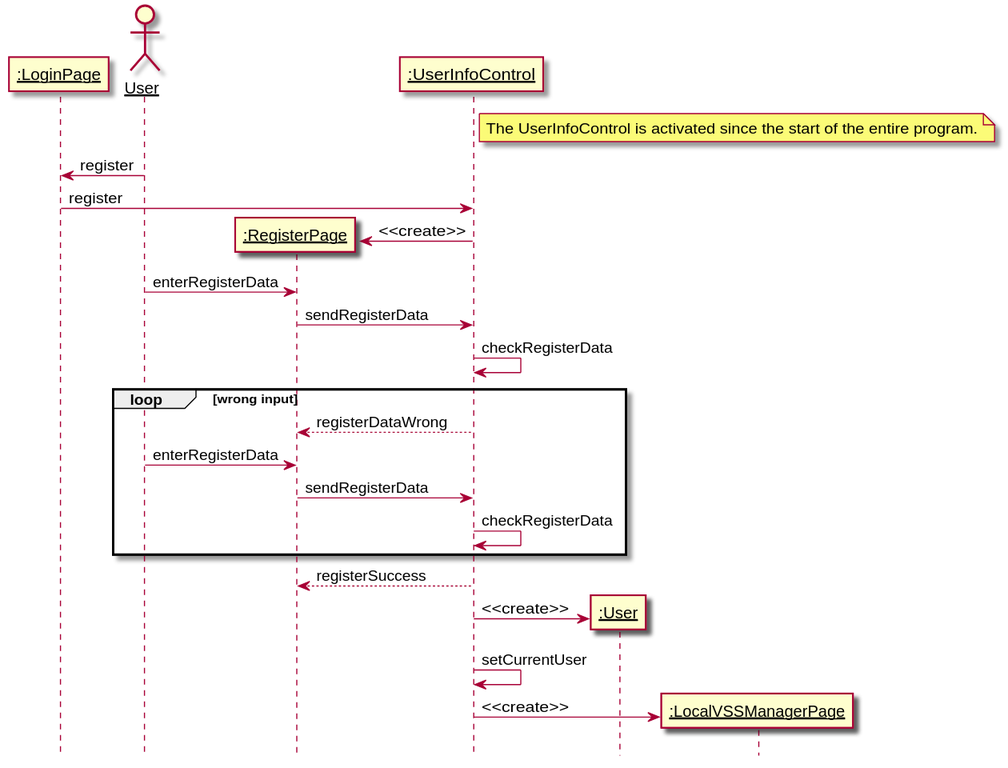
The PlantUML diagram 设计/Diagrams/Register.svg in kpp19920121/doc, before a commit.
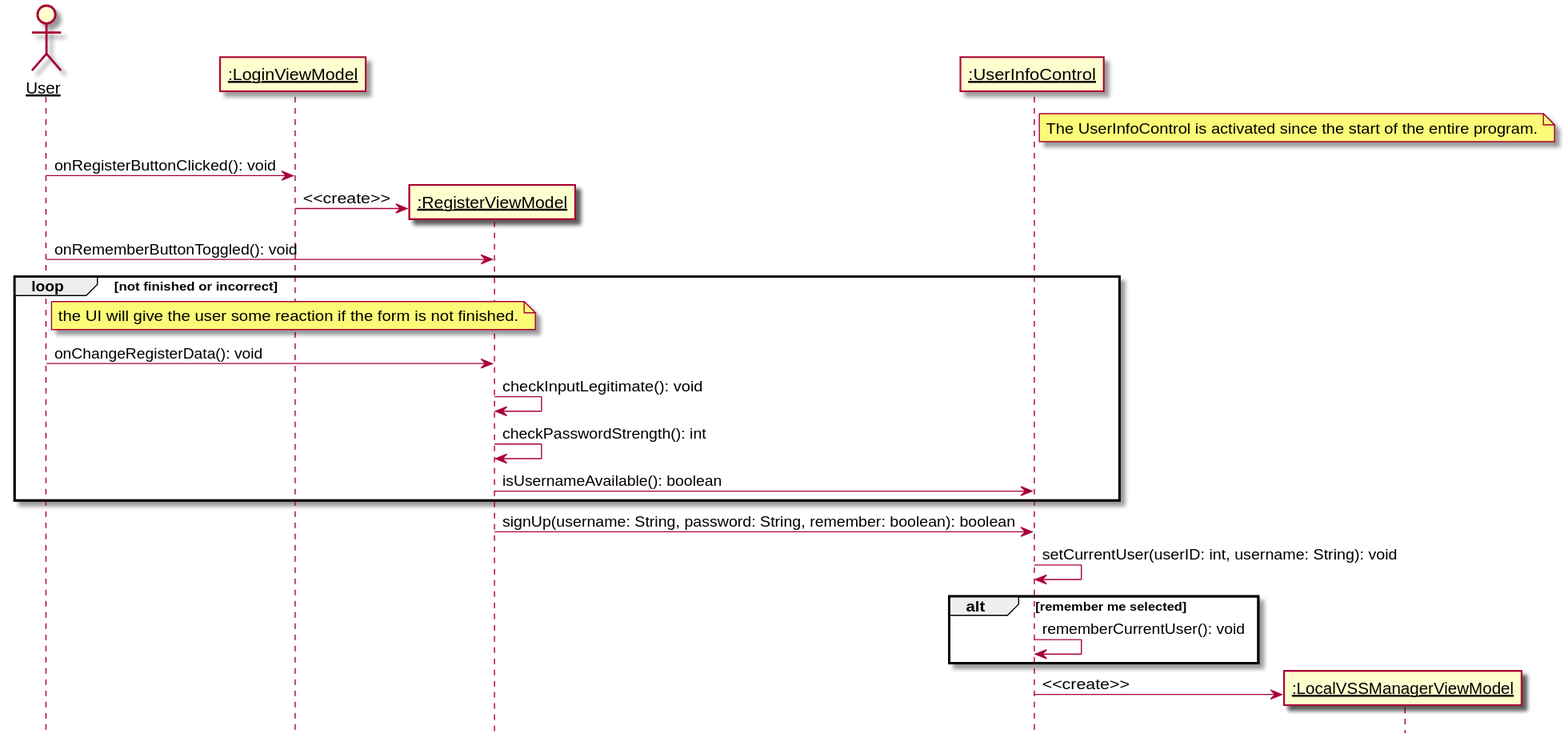
After the commit.

Commit message:
Refined Login and Register

Diff of the diagram source:
```diff
@@ -2,33 +2,36 @@
 hide footbox
 skinparam sequenceParticipant underline
 
-participant ":LoginPage" as loginpage
 actor User as user
-participant ":RegisterPage" as boundary
+participant ":LoginViewModel" as loginpage
+participant ":RegisterViewModel" as boundary
 participant ":UserInfoControl" as control
-participant ":User" as userdata
-participant ":LocalVSSManagerPage" as nextpage
+participant ":LocalVSSManagerViewModel" as nextpage
 
 note right of control: The UserInfoControl is activated since the start of the entire program.
 
-user -> loginpage: register
-loginpage -> control: register
+user -> loginpage: onRegisterButtonClicked(): void
 
 create boundary
-control -> boundary: <<create>>
-user -> boundary: enterRegisterData
-boundary -> control: sendRegisterData
-control -> control: checkRegisterData
-loop wrong input
-    control --> boundary: registerDataWrong
-    user -> boundary: enterRegisterData
-    boundary -> control: sendRegisterData
-    control -> control: checkRegisterData
+loginpage -> boundary: <<create>>
+
+user -> boundary: onRememberButtonToggled(): void
+loop not finished or incorrect
+    note right of user
+        the UI will give the user some reaction if the form is not finished.
+    end note
+    user -> boundary: onChangeRegisterData(): void
+    boundary -> boundary: checkInputLegitimate(): void
+    boundary -> boundary: checkPasswordStrength(): int
+    boundary -> control: isUsernameAvailable(): boolean
 end
-control --> boundary: registerSuccess
-create userdata
-control -> userdata: <<create>>
-control -> control: setCurrentUser
+
+boundary -> control: signUp(username: String, password: String, remember: boolean): boolean
+
+control -> control: setCurrentUser(userID: int, username: String): void
+alt remember me selected
+    control -> control: rememberCurrentUser(): void
+end
 create nextpage
 control -> nextpage: <<create>>
 @enduml
```
